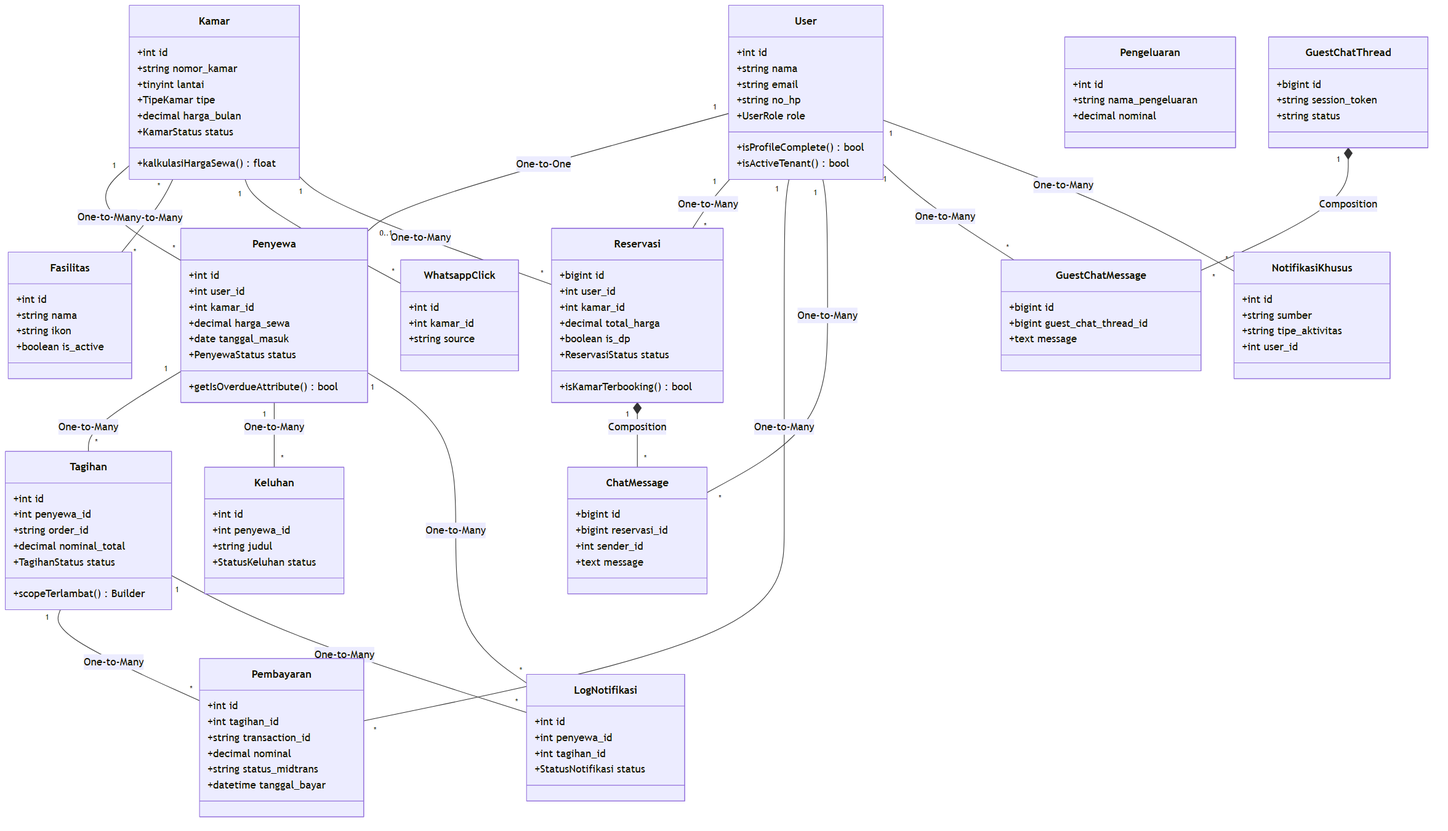
Earlier version of the Mermaid export Blueprint/class/class_relasi_domain_models.png (rafifarsyapradiva/asri-boarding-house). Its source is kept beside it as Blueprint/class/class_relasi_domain_models.mmd.
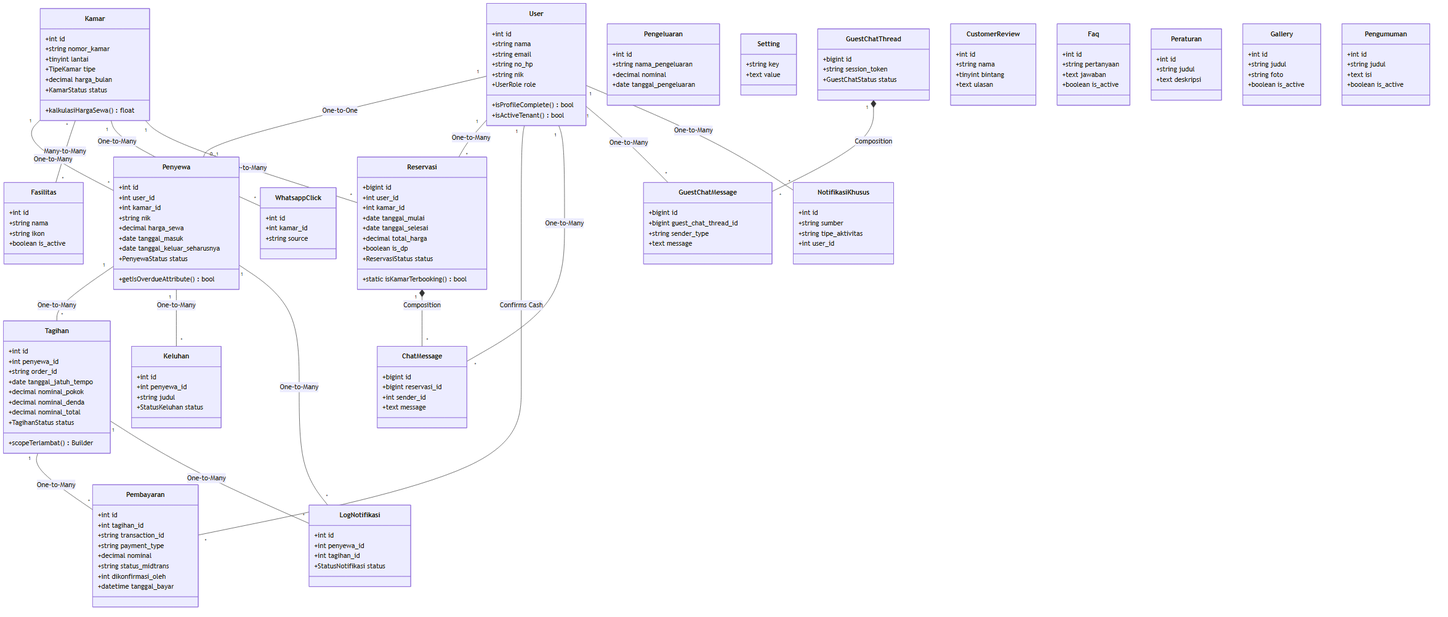
After the commit.

Diff of the diagram source:
```diff
@@ -6,6 +6,7 @@
         +string nama
         +string email
         +string no_hp
+        +string nik
         +UserRole role
         +isProfileComplete() bool
         +isActiveTenant() bool
@@ -32,8 +33,10 @@
         +int id
         +int user_id
         +int kamar_id
+        +string nik
         +decimal harga_sewa
         +date tanggal_masuk
+        +date tanggal_keluar_seharusnya
         +PenyewaStatus status
         +getIsOverdueAttribute() bool
     }
@@ -42,6 +45,9 @@
         +int id
         +int penyewa_id
         +string order_id
+        +date tanggal_jatuh_tempo
+        +decimal nominal_pokok
+        +decimal nominal_denda
         +decimal nominal_total
         +TagihanStatus status
         +scopeTerlambat() Builder
@@ -51,8 +57,10 @@
         +int id
         +int tagihan_id
         +string transaction_id
+        +string payment_type
         +decimal nominal
         +string status_midtrans
+        +int dikonfirmasi_oleh
         +datetime tanggal_bayar
     }
 
@@ -60,10 +68,12 @@
         +bigint id
         +int user_id
         +int kamar_id
+        +date tanggal_mulai
+        +date tanggal_selesai
         +decimal total_harga
         +boolean is_dp
         +ReservasiStatus status
-        +isKamarTerbooking() bool
+        +static isKamarTerbooking() bool
     }
 
     class ChatMessage {
@@ -90,17 +100,24 @@
         +int id
         +string nama_pengeluaran
         +decimal nominal
+        +date tanggal_pengeluaran
+    }
+
+    class Setting {
+        +string key
+        +text value
     }
 
     class GuestChatThread {
         +bigint id
         +string session_token
-        +string status
+        +GuestChatStatus status
     }
 
     class GuestChatMessage {
         +bigint id
         +bigint guest_chat_thread_id
+        +string sender_type
         +text message
     }
 
@@ -118,9 +135,43 @@
         +int user_id
     }
 
+    class CustomerReview {
+        +int id
+        +string nama
+        +tinyint bintang
+        +text ulasan
+    }
+
+    class Faq {
+        +int id
+        +string pertanyaan
+        +text jawaban
+        +boolean is_active
+    }
+
+    class Peraturan {
+        +int id
+        +string judul
+        +text deskripsi
+    }
+
+    class Gallery {
+        +int id
+        +string judul
+        +string foto
+        +boolean is_active
+    }
+
+    class Pengumuman {
+        +int id
+        +string judul
+        +text isi
+        +boolean is_active
+    }
+
     User "1" -- "0..1" Penyewa : One-to-One
     User "1" -- "*" Reservasi : One-to-Many
-    User "1" -- "*" Pembayaran : One-to-Many
+    User "1" -- "*" Pembayaran : Confirms Cash
     User "1" -- "*" ChatMessage : One-to-Many
     User "1" -- "*" GuestChatMessage : One-to-Many
     User "1" -- "*" NotifikasiKhusus : One-to-Many
```
